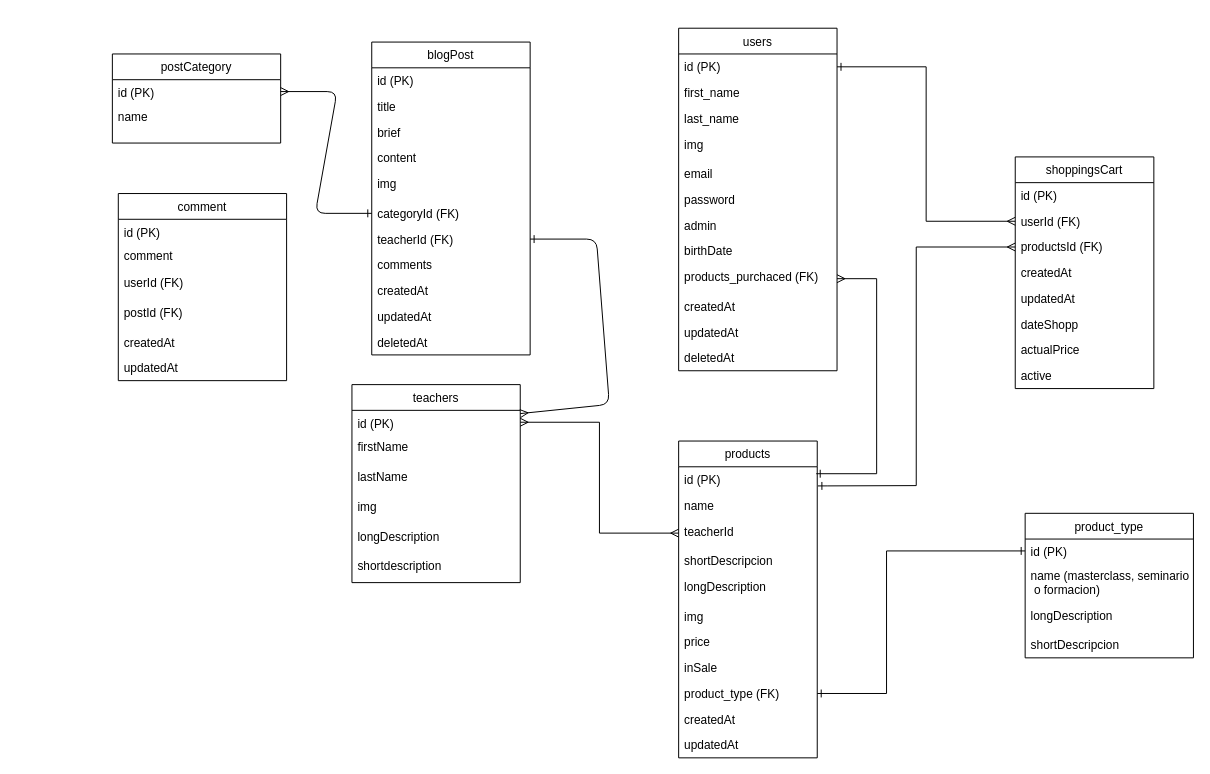
Above: diagrama.dio in gonzalolsk/sentir-el-ser (draw.io), before the change. Source tidied: cells renumbered, new cells numbered last; positions are measured from the earlier drawing's top-left corner, leaving out a move shared by most shapes. Both pictures are drawn from the tidied source at 99%, with x=0, y=0 at pixel (112, 28).
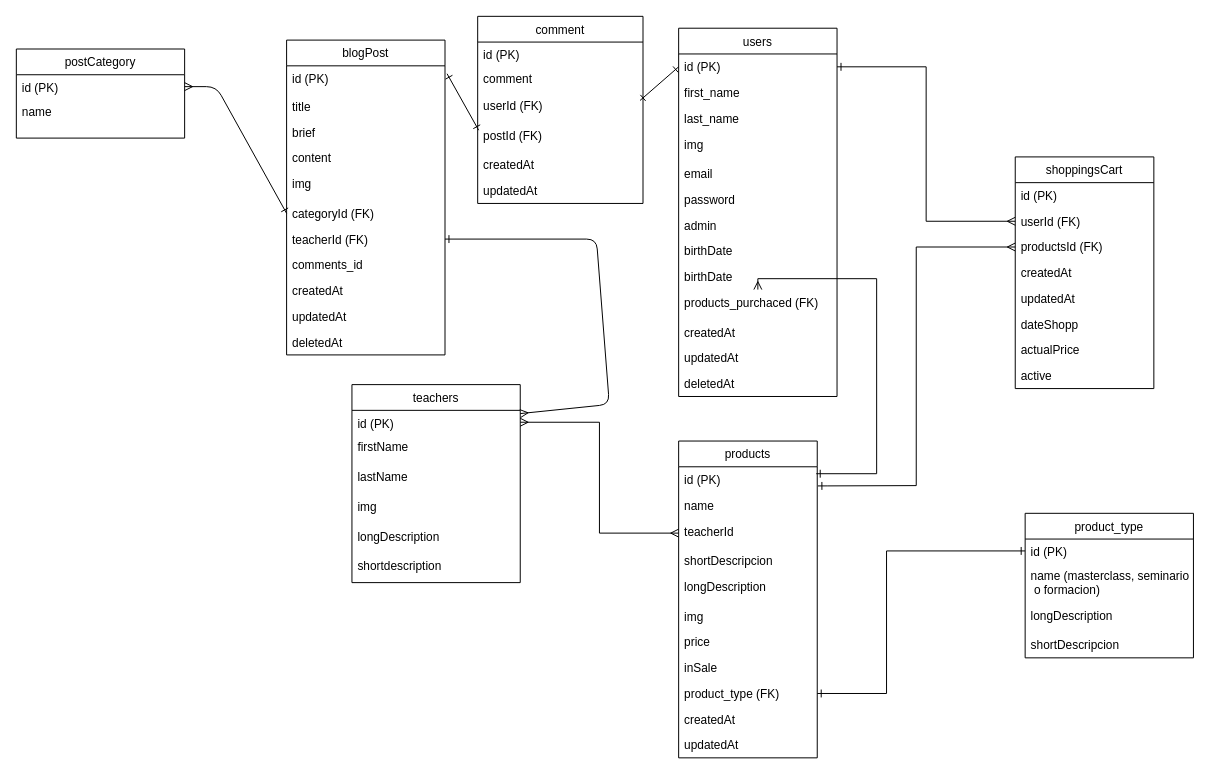
After the change.

Commit message (it also covers changes not shown here):
creacion de db sql

The change refers to these unchanged cells:
```xml
<mxCell id="3" value="id (PK)" style="text;strokeColor=none;fillColor=none;align=left;verticalAlign=top;spacingLeft=4;spacingRight=4;overflow=hidden;points=[[0,0.5],[1,0.5]];portConstraint=eastwest;" parent="2" vertex="1">
  <mxGeometry y="26" width="160" height="26" as="geometry" />
</mxCell>
<mxCell id="67" value="id (PK)" style="text;strokeColor=none;fillColor=none;align=left;verticalAlign=top;spacingLeft=4;spacingRight=4;overflow=hidden;points=[[0,0.5],[1,0.5]];portConstraint=eastwest;" parent="66" vertex="1">
  <mxGeometry y="26" width="170" height="24" as="geometry" />
</mxCell>
```

Change to the diagram source:
```diff
@@
     <mxCell id="2" value="users" style="swimlane;fontStyle=0;horizontal=1;startSize=26;" parent="1" vertex="1">
-      <mxGeometry x="572" width="160" height="346" as="geometry" />
+      <mxGeometry x="572" width="160" height="372" as="geometry" />
     </mxCell>
@@
+    <mxCell id="77" value="birthDate" style="text;strokeColor=none;fillColor=none;align=left;verticalAlign=top;spacingLeft=4;spacingRight=4;overflow=hidden;" parent="2" vertex="1">
+      <mxGeometry y="212" width="160" height="26" as="geometry" />
+    </mxCell>
     <mxCell id="10" value="birthDate" style="text;strokeColor=none;fillColor=none;align=left;verticalAlign=top;spacingLeft=4;spacingRight=4;overflow=hidden;" parent="2" vertex="1">
-      <mxGeometry y="212" width="160" height="26" as="geometry" />
+      <mxGeometry y="238" width="160" height="26" as="geometry" />
     </mxCell>
     <mxCell id="11" value="products_purchaced (FK)" style="text;strokeColor=none;fillColor=none;align=left;verticalAlign=top;spacingLeft=4;spacingRight=4;overflow=hidden;points=[[0,0.5],[1,0.5]];portConstraint=eastwest;" parent="2" vertex="1">
-      <mxGeometry y="238" width="160" height="30" as="geometry" />
+      <mxGeometry y="264" width="160" height="30" as="geometry" />
     </mxCell>
     <mxCell id="12" value="createdAt" style="text;strokeColor=none;fillColor=none;align=left;verticalAlign=top;spacingLeft=4;spacingRight=4;overflow=hidden;" parent="2" vertex="1">
-      <mxGeometry y="268" width="160" height="26" as="geometry" />
+      <mxGeometry y="294" width="160" height="26" as="geometry" />
     </mxCell>
     <mxCell id="13" value="updatedAt" style="text;strokeColor=none;fillColor=none;align=left;verticalAlign=top;spacingLeft=4;spacingRight=4;overflow=hidden;" parent="2" vertex="1">
-      <mxGeometry y="294" width="160" height="26" as="geometry" />
+      <mxGeometry y="320" width="160" height="26" as="geometry" />
     </mxCell>
     <mxCell id="14" value="deletedAt" style="text;strokeColor=none;fillColor=none;align=left;verticalAlign=top;spacingLeft=4;spacingRight=4;overflow=hidden;" parent="2" vertex="1">
-      <mxGeometry y="320" width="160" height="26" as="geometry" />
+      <mxGeometry y="346" width="160" height="26" as="geometry" />
     </mxCell>
@@
     <mxCell id="53" value="blogPost" style="swimlane;fontStyle=0;horizontal=1;startSize=26;" parent="1" vertex="1">
-      <mxGeometry x="262" y="14" width="160" height="316" as="geometry" />
+      <mxGeometry x="176" y="12" width="160" height="318" as="geometry" />
     </mxCell>
     <mxCell id="54" value="id (PK)" style="text;strokeColor=none;fillColor=none;align=left;verticalAlign=top;spacingLeft=4;spacingRight=4;overflow=hidden;points=[[0,0.5],[1,0.5]];portConstraint=eastwest;" parent="53" vertex="1">
-      <mxGeometry y="26" width="160" height="26" as="geometry" />
+      <mxGeometry y="26" width="160" height="28" as="geometry" />
     </mxCell>
     <mxCell id="55" value="title" style="text;strokeColor=none;fillColor=none;align=left;verticalAlign=top;spacingLeft=4;spacingRight=4;overflow=hidden;" parent="53" vertex="1">
-      <mxGeometry y="52" width="160" height="26" as="geometry" />
+      <mxGeometry y="54" width="160" height="26" as="geometry" />
     </mxCell>
     <mxCell id="56" value="brief" style="text;strokeColor=none;fillColor=none;align=left;verticalAlign=top;spacingLeft=4;spacingRight=4;overflow=hidden;" parent="53" vertex="1">
-      <mxGeometry y="78" width="160" height="26" as="geometry" />
+      <mxGeometry y="80" width="160" height="26" as="geometry" />
     </mxCell>
     <mxCell id="57" value="content" style="text;strokeColor=none;fillColor=none;align=left;verticalAlign=top;spacingLeft=4;spacingRight=4;overflow=hidden;" parent="53" vertex="1">
-      <mxGeometry y="104" width="160" height="26" as="geometry" />
+      <mxGeometry y="106" width="160" height="26" as="geometry" />
     </mxCell>
     <mxCell id="58" value="img" style="text;strokeColor=none;fillColor=none;align=left;verticalAlign=top;spacingLeft=4;spacingRight=4;overflow=hidden;" parent="53" vertex="1">
-      <mxGeometry y="130" width="160" height="30" as="geometry" />
+      <mxGeometry y="132" width="160" height="30" as="geometry" />
     </mxCell>
     <mxCell id="59" value="categoryId (FK)" style="text;strokeColor=none;fillColor=none;align=left;verticalAlign=top;spacingLeft=4;spacingRight=4;overflow=hidden;points=[[0,0.5],[1,0.5]];portConstraint=eastwest;" parent="53" vertex="1">
-      <mxGeometry y="160" width="160" height="26" as="geometry" />
+      <mxGeometry y="162" width="160" height="26" as="geometry" />
     </mxCell>
     <mxCell id="60" value="teacherId (FK)" style="text;strokeColor=none;fillColor=none;align=left;verticalAlign=top;spacingLeft=4;spacingRight=4;overflow=hidden;points=[[0,0.5],[1,0.5]];portConstraint=eastwest;" parent="53" vertex="1">
-      <mxGeometry y="186" width="160" height="26" as="geometry" />
+      <mxGeometry y="188" width="160" height="26" as="geometry" />
     </mxCell>
-    <mxCell id="61" value="comments" style="text;strokeColor=none;fillColor=none;align=left;verticalAlign=top;spacingLeft=4;spacingRight=4;overflow=hidden;" parent="53" vertex="1">
-      <mxGeometry y="212" width="160" height="26" as="geometry" />
+    <mxCell id="61" value="comments_id" style="text;strokeColor=none;fillColor=none;align=left;verticalAlign=top;spacingLeft=4;spacingRight=4;overflow=hidden;" parent="53" vertex="1">
+      <mxGeometry y="214" width="160" height="26" as="geometry" />
     </mxCell>
     <mxCell id="62" value="createdAt" style="text;strokeColor=none;fillColor=none;align=left;verticalAlign=top;spacingLeft=4;spacingRight=4;overflow=hidden;" parent="53" vertex="1">
-      <mxGeometry y="238" width="160" height="26" as="geometry" />
+      <mxGeometry y="240" width="160" height="26" as="geometry" />
     </mxCell>
     <mxCell id="63" value="updatedAt" style="text;strokeColor=none;fillColor=none;align=left;verticalAlign=top;spacingLeft=4;spacingRight=4;overflow=hidden;" parent="53" vertex="1">
-      <mxGeometry y="264" width="160" height="26" as="geometry" />
+      <mxGeometry y="266" width="160" height="26" as="geometry" />
     </mxCell>
     <mxCell id="64" value="deletedAt" style="text;strokeColor=none;fillColor=none;align=left;verticalAlign=top;spacingLeft=4;spacingRight=4;overflow=hidden;" parent="53" vertex="1">
-      <mxGeometry y="290" width="160" height="26" as="geometry" />
+      <mxGeometry y="292" width="160" height="26" as="geometry" />
     </mxCell>
@@
     <mxCell id="66" value="postCategory" style="swimlane;fontStyle=0;horizontal=1;startSize=26;" parent="1" vertex="1">
-      <mxGeometry y="26" width="170" height="90" as="geometry" />
+      <mxGeometry x="-97" y="21" width="170" height="90" as="geometry" />
     </mxCell>
@@
     <mxCell id="69" style="edgeStyle=none;html=1;exitX=0;exitY=0.5;exitDx=0;exitDy=0;entryX=1;entryY=0.5;entryDx=0;entryDy=0;startArrow=ERone;startFill=0;endArrow=ERmany;endFill=0;" parent="1" edge="1" source="59" target="67">
       <mxGeometry relative="1" as="geometry">
         <Array as="points">
-          <mxPoint x="205" y="187" />
-          <mxPoint x="227" y="64" />
+          <mxPoint x="105" y="59" />
         </Array>
       </mxGeometry>
     </mxCell>
+    <mxCell id="78" style="edgeStyle=none;html=1;entryX=0;entryY=0.5;entryDx=0;entryDy=0;endArrow=ERone;endFill=0;startArrow=ERone;startFill=0;exitX=0.982;exitY=0.267;exitDx=0;exitDy=0;exitPerimeter=0;" parent="1" edge="1" source="73" target="3">
+      <mxGeometry relative="1" as="geometry" />
+    </mxCell>
     <mxCell id="70" value="comment" style="swimlane;fontStyle=0;horizontal=1;startSize=26;" parent="1" vertex="1">
-      <mxGeometry x="6" y="167" width="170" height="189" as="geometry" />
+      <mxGeometry x="369" y="-12" width="167" height="189" as="geometry" />
     </mxCell>
     <mxCell id="71" value="id (PK)" style="text;strokeColor=none;fillColor=none;align=left;verticalAlign=top;spacingLeft=4;spacingRight=4;overflow=hidden;" parent="70" vertex="1">
-      <mxGeometry y="26" width="170" height="24" as="geometry" />
+      <mxGeometry y="26" width="167" height="24" as="geometry" />
     </mxCell>
     <mxCell id="72" value="comment" style="text;strokeColor=none;fillColor=none;align=left;verticalAlign=top;spacingLeft=4;spacingRight=4;overflow=hidden;" parent="70" vertex="1">
-      <mxGeometry y="50" width="170" height="27" as="geometry" />
+      <mxGeometry y="50" width="167" height="27" as="geometry" />
     </mxCell>
     <mxCell id="73" value="userId (FK)" style="text;strokeColor=none;fillColor=none;align=left;verticalAlign=top;spacingLeft=4;spacingRight=4;overflow=hidden;points=[[0,0.5],[1,0.5]];portConstraint=eastwest;" parent="70" vertex="1">
-      <mxGeometry y="77" width="170" height="30" as="geometry" />
+      <mxGeometry y="77" width="167" height="30" as="geometry" />
     </mxCell>
     <mxCell id="74" value="postId (FK)" style="text;strokeColor=none;fillColor=none;align=left;verticalAlign=top;spacingLeft=4;spacingRight=4;overflow=hidden;points=[[0,0.5],[1,0.5]];portConstraint=eastwest;" parent="70" vertex="1">
-      <mxGeometry y="107" width="170" height="30" as="geometry" />
+      <mxGeometry y="107" width="167" height="30" as="geometry" />
     </mxCell>
     <mxCell id="75" value="createdAt" style="text;strokeColor=none;fillColor=none;align=left;verticalAlign=top;spacingLeft=4;spacingRight=4;overflow=hidden;" parent="70" vertex="1">
-      <mxGeometry y="137" width="170" height="26" as="geometry" />
+      <mxGeometry y="137" width="167" height="26" as="geometry" />
     </mxCell>
     <mxCell id="76" value="updatedAt" style="text;strokeColor=none;fillColor=none;align=left;verticalAlign=top;spacingLeft=4;spacingRight=4;overflow=hidden;" parent="70" vertex="1">
-      <mxGeometry y="163" width="170" height="26" as="geometry" />
+      <mxGeometry y="163" width="167" height="26" as="geometry" />
     </mxCell>
+    <mxCell id="79" style="edgeStyle=none;html=1;entryX=1.013;entryY=0.286;entryDx=0;entryDy=0;entryPerimeter=0;startArrow=ERone;startFill=0;endArrow=ERone;endFill=0;exitX=0.006;exitY=0.267;exitDx=0;exitDy=0;exitPerimeter=0;" parent="1" edge="1" source="74" target="54">
+      <mxGeometry relative="1" as="geometry" />
+    </mxCell>
```
